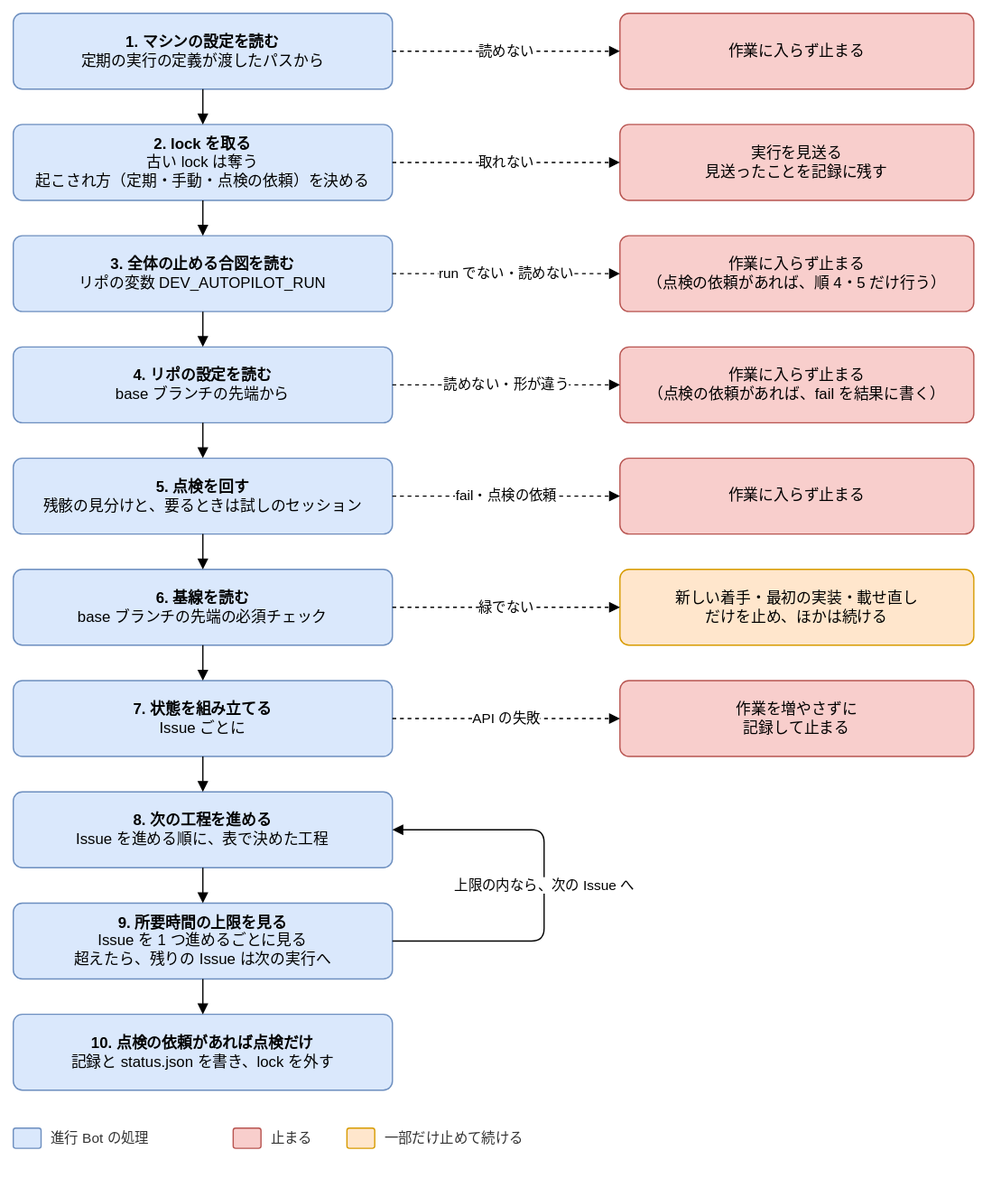
Earlier version of the draw.io export docs/design/basic/diagrams/02-run-flow.drawio.svg (Joymerrevent/dev-autopilot). Source tidied: cells renumbered, new cells last; positions are measured from the earlier drawing's top-left corner, leaving out a move shared by most shapes.
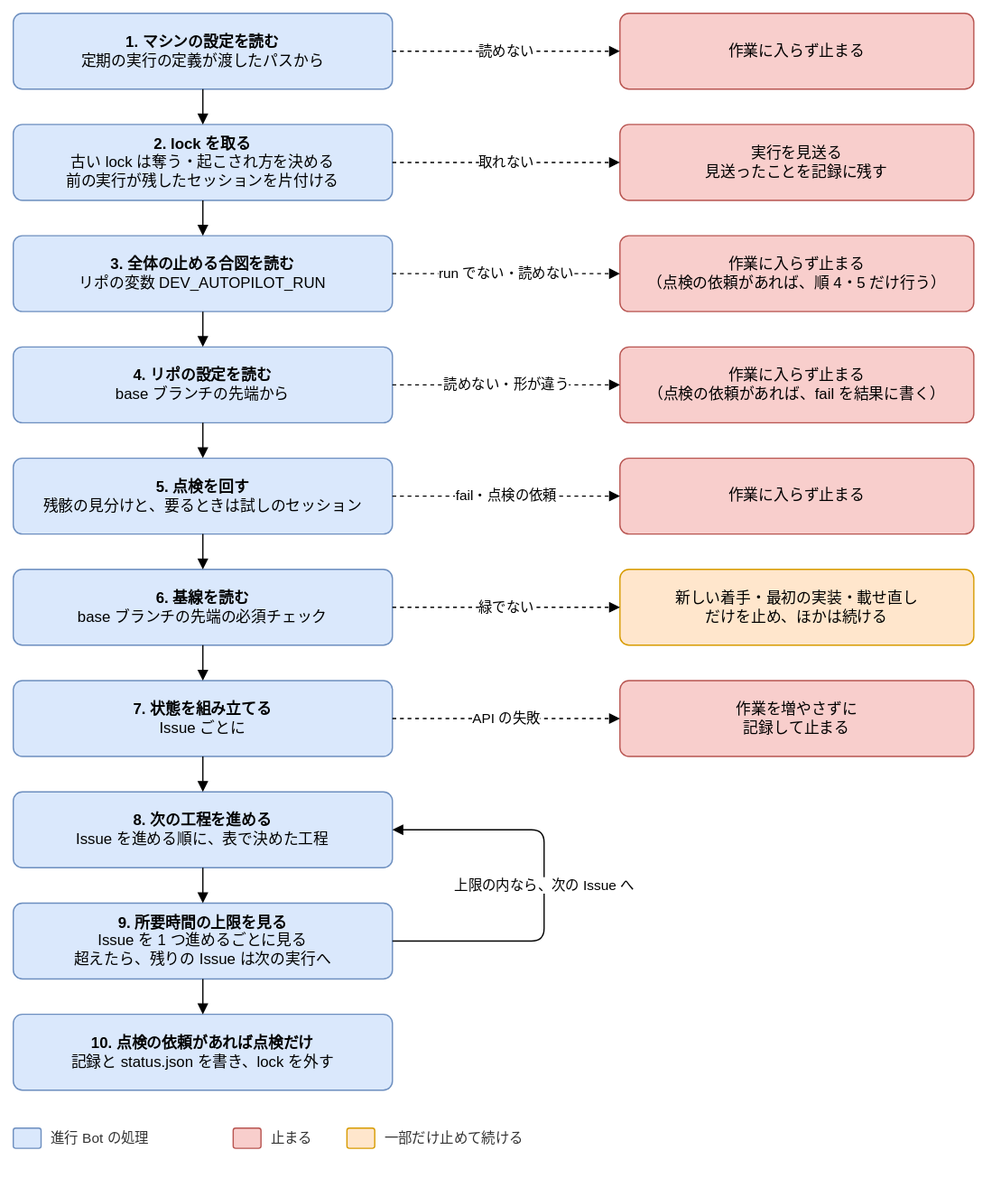
Later version of the same file.

The edit, as a diff of the source:
```diff
@@ -11,7 +11,7 @@
     <mxCell id="4" value="読めない" style="edgeStyle=orthogonalEdgeStyle;rounded=1;html=1;endArrow=block;endFill=1;fontSize=11;labelBackgroundColor=#ffffff;dashed=1;exitX=1;exitY=0.5;exitDx=0;exitDy=0;entryX=0;entryY=0.5;entryDx=0;entryDy=0;" parent="1" edge="1" source="2" target="3">
       <mxGeometry relative="1" as="geometry" />
     </mxCell>
-    <mxCell id="5" value="&lt;b&gt;2. lock を取る&lt;/b&gt;&lt;br&gt;古い lock は奪う&lt;br&gt;起こされ方（定期・手動・点検の依頼）を決める" style="rounded=1;whiteSpace=wrap;html=1;fontSize=12;arcSize=12;spacing=12;fillColor=#dae8fc;strokeColor=#6c8ebf;" parent="1" vertex="1">
+    <mxCell id="5" value="&lt;b&gt;2. lock を取る&lt;/b&gt;&lt;br&gt;古い lock は奪う・起こされ方を決める&lt;br&gt;前の実行が残したセッションを片付ける" style="rounded=1;whiteSpace=wrap;html=1;fontSize=12;arcSize=12;spacing=12;fillColor=#dae8fc;strokeColor=#6c8ebf;" parent="1" vertex="1">
       <mxGeometry y="88" width="300" height="60" as="geometry" />
     </mxCell>
     <mxCell id="6" style="edgeStyle=orthogonalEdgeStyle;rounded=1;html=1;endArrow=block;endFill=1;fontSize=11;labelBackgroundColor=#ffffff;exitX=0.5;exitY=1;exitDx=0;exitDy=0;entryX=0.5;entryY=0;entryDx=0;entryDy=0;" parent="1" edge="1" source="2" target="5">
```
